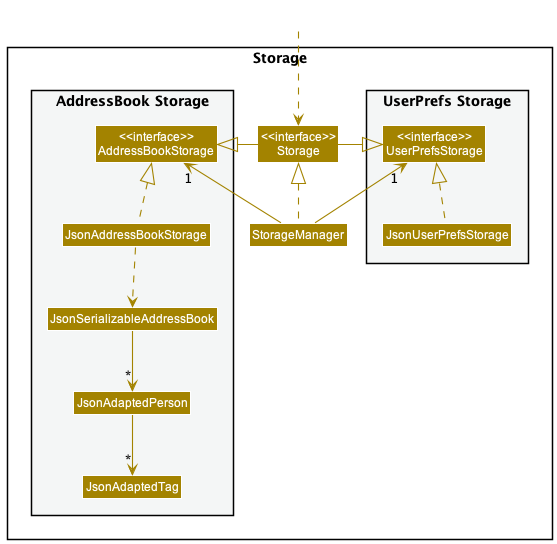
Before: docs/images/StorageClassDiagram.png, a diagram exported from PlantUML (nus-cs2103-AY2223S1/tp).
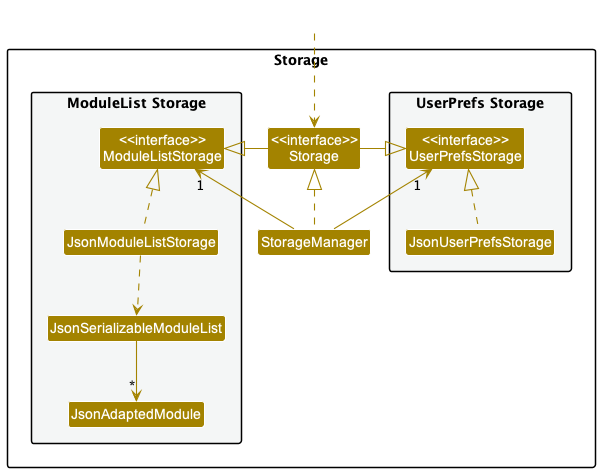
The same file after the commit.

Diff of the diagram source:
```diff
@@ -14,12 +14,11 @@
 Class "<<interface>>\nStorage" as Storage
 Class StorageManager
 
-package "AddressBook Storage" #F4F6F6{
-Class "<<interface>>\nAddressBookStorage" as AddressBookStorage
-Class JsonAddressBookStorage
-Class JsonSerializableAddressBook
-Class JsonAdaptedPerson
-Class JsonAdaptedTag
+package "ModuleList Storage" #F4F6F6{
+Class "<<interface>>\nModuleListStorage" as ModuleListStorage
+Class JsonModuleListStorage
+Class JsonSerializableModuleList
+Class JsonAdaptedModule
 }
 
 }
@@ -29,15 +28,13 @@
 
 StorageManager .up.|> Storage
 StorageManager -up-> "1" UserPrefsStorage
-StorageManager -up-> "1" AddressBookStorage
+StorageManager -up-> "1" ModuleListStorage
 
 Storage -left-|> UserPrefsStorage
-Storage -right-|> AddressBookStorage
+Storage -right-|> ModuleListStorage
 
 JsonUserPrefsStorage .up.|> UserPrefsStorage
-JsonAddressBookStorage .up.|> AddressBookStorage
-JsonAddressBookStorage ..> JsonSerializableAddressBook
-JsonSerializableAddressBook --> "*" JsonAdaptedPerson
-JsonAdaptedPerson --> "*" JsonAdaptedTag
-
+JsonModuleListStorage .up.|> ModuleListStorage
+JsonModuleListStorage ..> JsonSerializableModuleList
+JsonSerializableModuleList --> "*" JsonAdaptedModule
 @enduml
```
